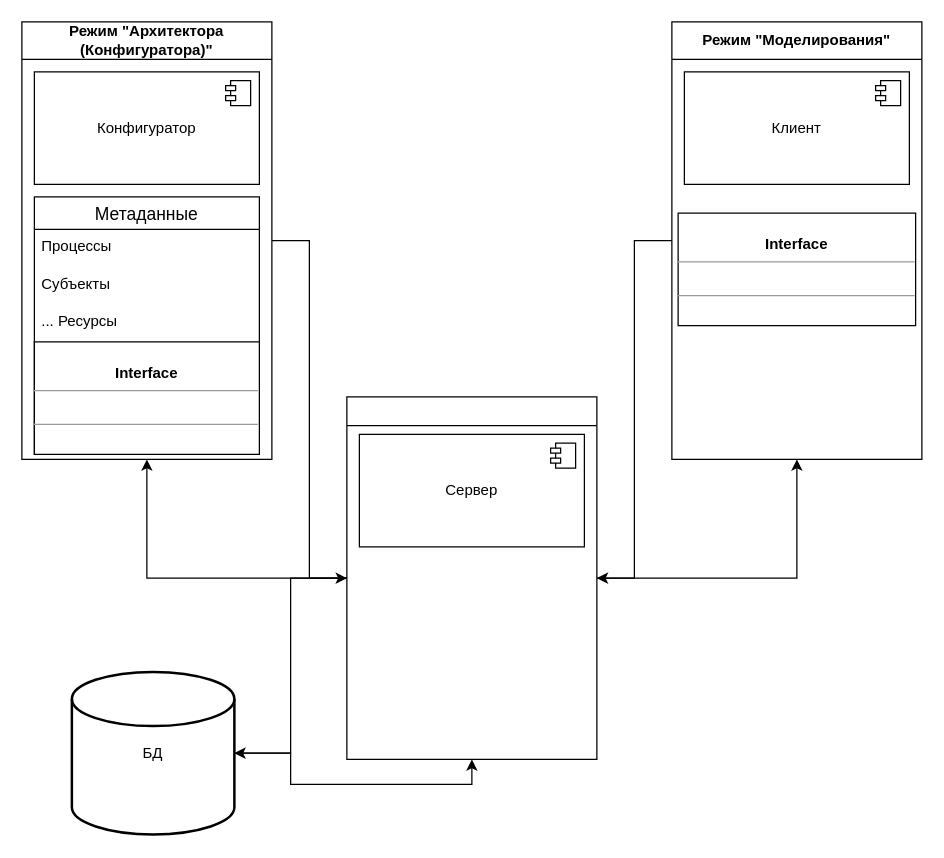
AlexeyPermyakov/Economic keeps this draw.io diagram as Основная Архитектура.drawio. Above is the earlier version. Source tidied: cells renumbered, new cells numbered last; positions are measured from the earlier drawing's top-left corner, leaving out a move shared by most shapes. Both pictures are drawn from the tidied source at 125%, with x=0, y=0 at pixel (21, 21).
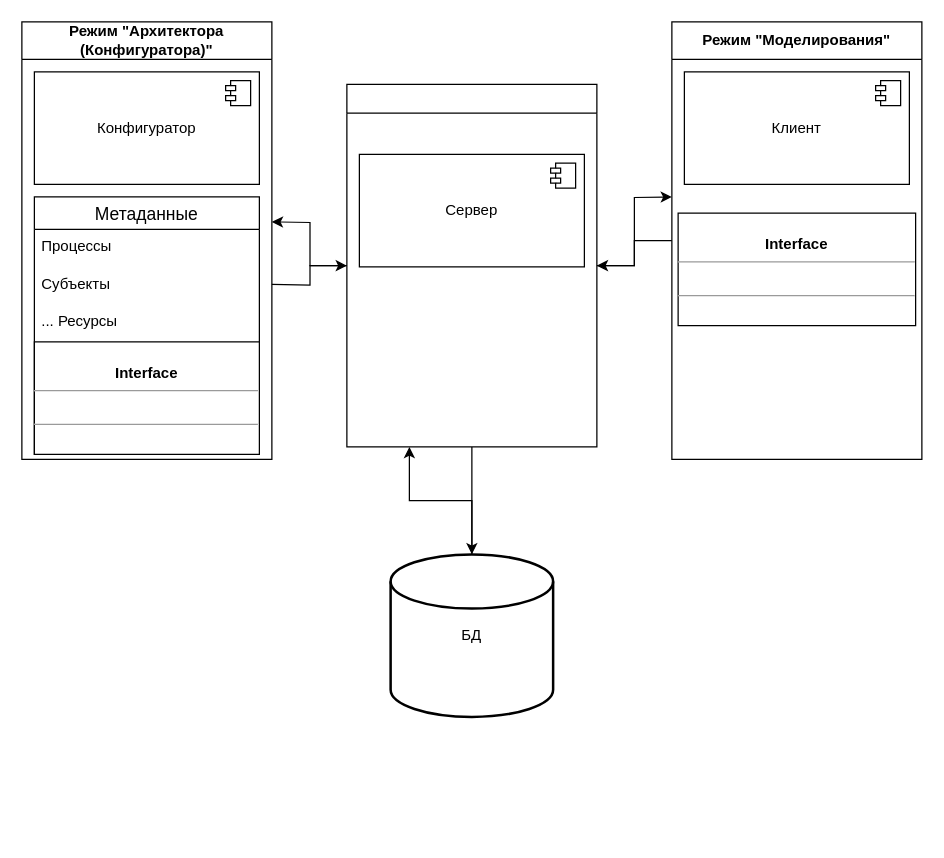
After the change.

The change refers to these unchanged cells:
```xml
<mxCell id="3" value="Режим &quot;Архитектора (Конфигуратора)&quot;" style="swimlane;whiteSpace=wrap;html=1;startSize=30;" parent="1" vertex="1">
  <mxGeometry width="200" height="350" as="geometry" />
</mxCell>
<mxCell id="17" value="Режим &quot;Моделирования&quot;" style="swimlane;whiteSpace=wrap;html=1;startSize=30;" parent="1" vertex="1">
  <mxGeometry x="520" width="200" height="350" as="geometry" />
</mxCell>
```

The edit, as a diff of the source:
```diff
@@
-    <mxCell id="2" style="edgeStyle=orthogonalEdgeStyle;rounded=0;jettySize=auto;html=1;" parent="1" edge="1" source="3" target="13">
-      <mxGeometry relative="1" as="geometry" />
+    <mxCell id="2" style="edgeStyle=orthogonalEdgeStyle;rounded=0;jettySize=auto;html=1;" parent="1" edge="1" target="13">
+      <mxGeometry relative="1" as="geometry">
+        <mxPoint x="200" y="210" as="sourcePoint" />
+      </mxGeometry>
     </mxCell>
@@
-    <mxCell id="11" style="edgeStyle=orthogonalEdgeStyle;rounded=0;jettySize=auto;html=1;entryX=0.5;entryY=1;entryDx=0;entryDy=0;" parent="1" edge="1" source="13" target="3">
-      <mxGeometry relative="1" as="geometry" />
-    </mxCell>
-    <mxCell id="12" style="edgeStyle=orthogonalEdgeStyle;rounded=0;jettySize=auto;html=1;entryX=0.5;entryY=1;entryDx=0;entryDy=0;" parent="1" edge="1" source="13" target="17">
-      <mxGeometry relative="1" as="geometry" />
-    </mxCell>
+    <mxCell id="24" style="edgeStyle=orthogonalEdgeStyle;rounded=0;jettySize=auto;html=1;" parent="1" edge="1" source="13">
+      <mxGeometry relative="1" as="geometry">
+        <mxPoint x="520" y="140" as="targetPoint" />
+      </mxGeometry>
+    </mxCell>
+    <mxCell id="25" style="edgeStyle=orthogonalEdgeStyle;rounded=0;jettySize=auto;html=1;" parent="1" edge="1" source="13">
+      <mxGeometry relative="1" as="geometry">
+        <mxPoint x="200" y="160" as="targetPoint" />
+      </mxGeometry>
+    </mxCell>
     <mxCell id="13" style="swimlane;whiteSpace=wrap;html=1;" parent="1" vertex="1">
-      <mxGeometry x="260" y="300" width="200" height="290" as="geometry" />
+      <mxGeometry x="260" y="50" width="200" height="290" as="geometry" />
     </mxCell>
-    <mxCell id="14" value="Сервер" style="html=1;whiteSpace=wrap;" parent="13" vertex="1">
-      <mxGeometry x="10" y="30" width="180" height="90" as="geometry" />
-    </mxCell>
-    <mxCell id="15" style="shape=module;jettyWidth=8;jettyHeight=4;" parent="14" vertex="1">
-      <mxGeometry x="1" width="20" height="20" relative="1" as="geometry">
-        <mxPoint x="-27" y="7" as="offset" />
-      </mxGeometry>
-    </mxCell>
@@
-    <mxCell id="21" style="edgeStyle=orthogonalEdgeStyle;rounded=0;jettySize=auto;html=1;entryX=0.5;entryY=1;entryDx=0;entryDy=0;" parent="1" edge="1" source="22" target="13">
+    <mxCell id="21" style="edgeStyle=orthogonalEdgeStyle;rounded=0;jettySize=auto;html=1;entryX=0.25;entryY=1;entryDx=0;entryDy=0;" parent="1" edge="1" source="22" target="13">
       <mxGeometry relative="1" as="geometry" />
     </mxCell>
     <mxCell id="22" value="БД" style="strokeWidth=2;html=1;shape=mxgraph.flowchart.database;whiteSpace=wrap;" parent="1" vertex="1">
-      <mxGeometry x="40" y="520" width="130" height="130" as="geometry" />
+      <mxGeometry x="295" y="426" width="130" height="130" as="geometry" />
     </mxCell>
+    <mxCell id="14" value="Сервер" style="html=1;whiteSpace=wrap;" parent="1" vertex="1">
+      <mxGeometry x="270" y="106" width="180" height="90" as="geometry" />
+    </mxCell>
+    <mxCell id="15" style="shape=module;jettyWidth=8;jettyHeight=4;" parent="14" vertex="1">
+      <mxGeometry x="1" width="20" height="20" relative="1" as="geometry">
+        <mxPoint x="-27" y="7" as="offset" />
+      </mxGeometry>
+    </mxCell>
-    <mxCell id="23" style="edgeStyle=orthogonalEdgeStyle;rounded=0;jettySize=auto;html=1;entryX=1;entryY=0.5;entryDx=0;entryDy=0;entryPerimeter=0;" parent="1" edge="1" source="13" target="22">
+    <mxCell id="23" style="edgeStyle=orthogonalEdgeStyle;rounded=0;jettySize=auto;html=1;entryX=0.5;entryY=0;entryDx=0;entryDy=0;entryPerimeter=0;" parent="1" edge="1" source="13" target="22">
       <mxGeometry relative="1" as="geometry" />
     </mxCell>
```
